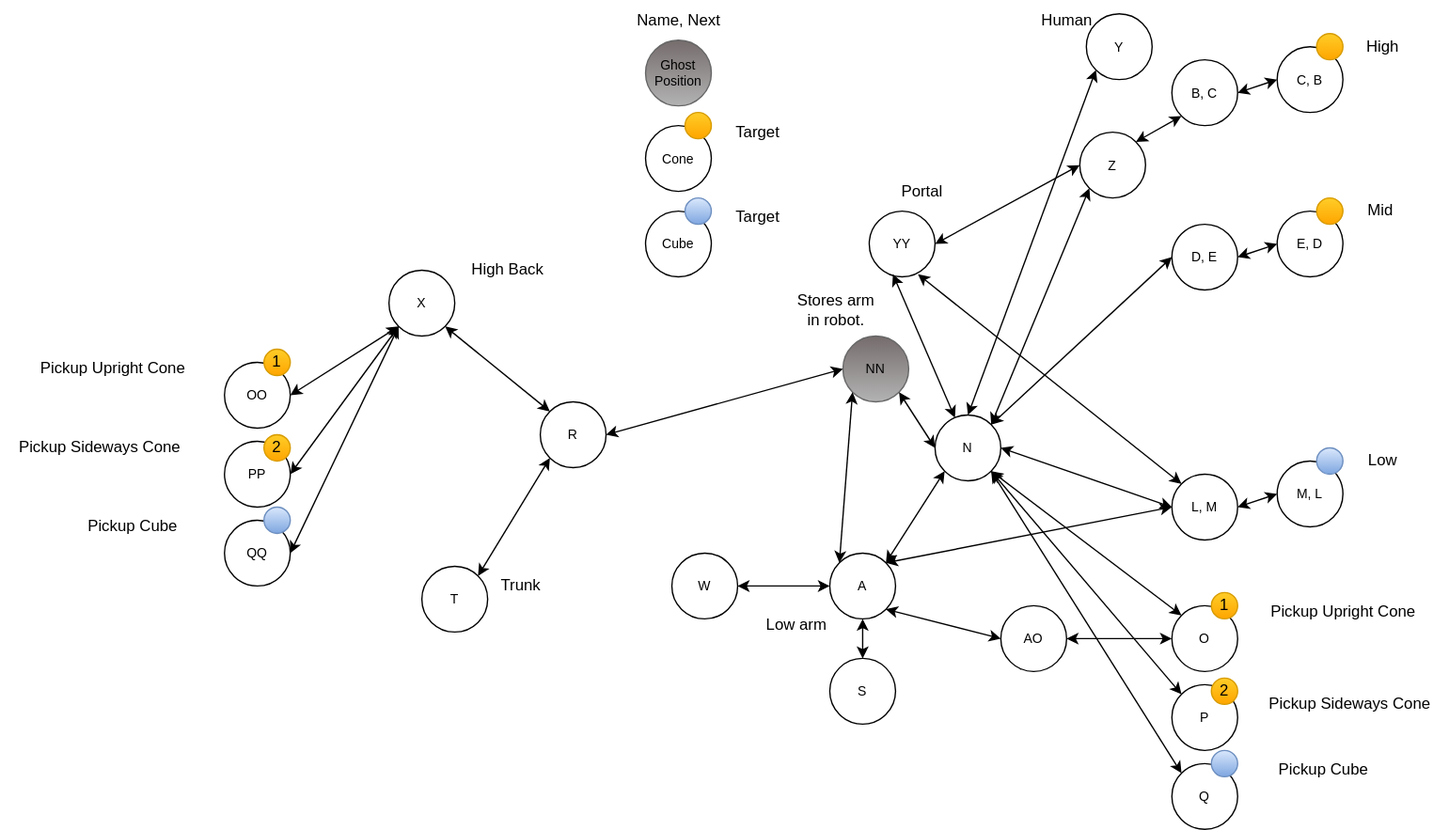
Earlier version of the draw.io export src/main/java/frc/robot/subsystems/Arm/arm.drawio.svg (RossRambotics/2023-ChargedUp). Source tidied: cells renumbered, new cells last; positions are measured from the earlier drawing's top-left corner, leaving out a move shared by most shapes.
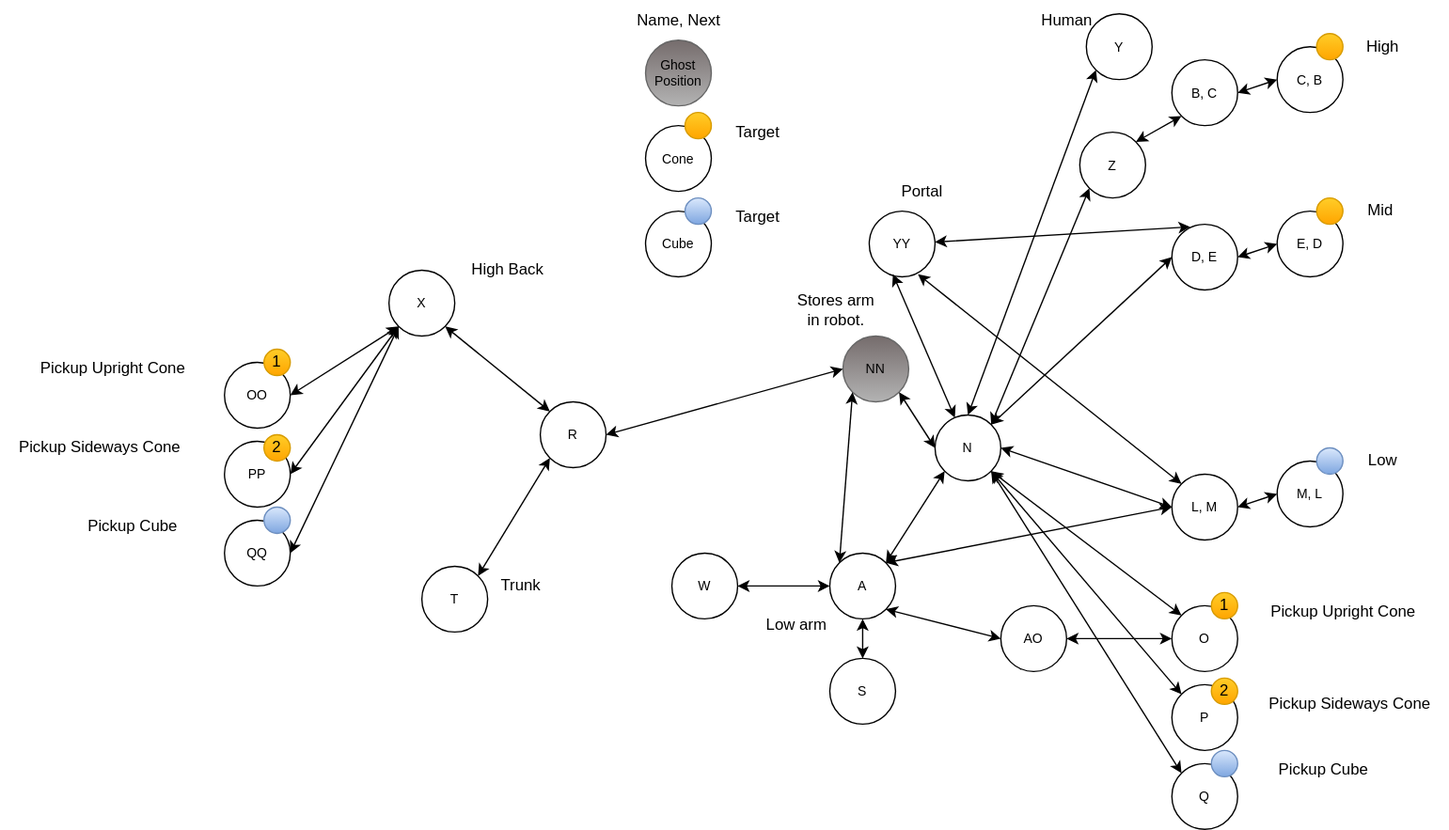
After the change.

The edit, as a diff of the source:
```diff
@@ -250,14 +250,14 @@
     <mxCell id="83" value="Portal" style="text;html=1;align=center;verticalAlign=middle;strokeColor=none;fillColor=none;" parent="1" vertex="1">
       <mxGeometry x="675" y="130" width="50" height="30" as="geometry" />
     </mxCell>
-    <mxCell id="84" style="edgeStyle=none;html=1;exitX=0;exitY=0.5;exitDx=0;exitDy=0;fontSize=10;startArrow=classic;startFill=1;entryX=1;entryY=0.5;entryDx=0;entryDy=0;" parent="1" edge="1" source="76" target="81">
-      <mxGeometry relative="1" as="geometry" />
-    </mxCell>
     <mxCell id="85" value="W" style="ellipse;whiteSpace=wrap;html=1;fontSize=10;" parent="1" vertex="1">
       <mxGeometry x="510" y="420" width="50" height="50" as="geometry" />
     </mxCell>
     <mxCell id="86" style="edgeStyle=none;html=1;entryX=1;entryY=0.5;entryDx=0;entryDy=0;fontSize=10;startArrow=classic;startFill=1;exitX=0;exitY=0.5;exitDx=0;exitDy=0;" parent="1" edge="1" source="23" target="85">
       <mxGeometry relative="1" as="geometry" />
     </mxCell>
+    <mxCell id="87" style="edgeStyle=none;html=1;exitX=0.28;exitY=0.04;exitDx=0;exitDy=0;fontSize=10;startArrow=classic;startFill=1;exitPerimeter=0;" parent="1" edge="1" source="9" target="81">
+      <mxGeometry relative="1" as="geometry" />
+    </mxCell>
   </root>
 </mxGraphModel>
```
